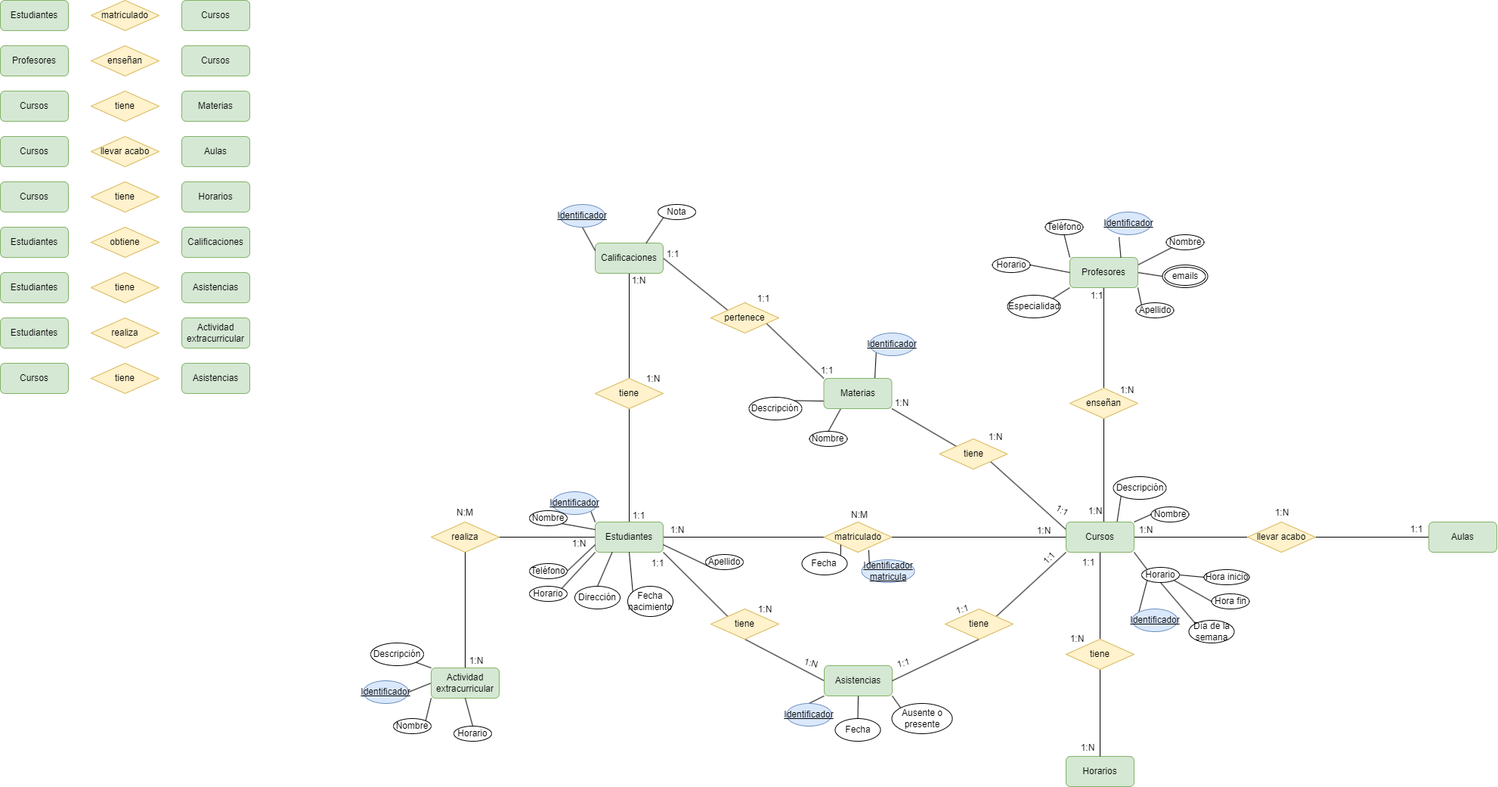
LuisMGlez/base-datos keeps this draw.io diagram as Unidad-1/Tareas/Tareas-evaluables/Tarea-evaluable-1/Ejercicio-evaluable-1.drawio.png. Above is the earlier version. Source tidied: cells renumbered, new cells last; positions are measured from the earlier drawing's top-left corner, leaving out a move shared by most shapes.
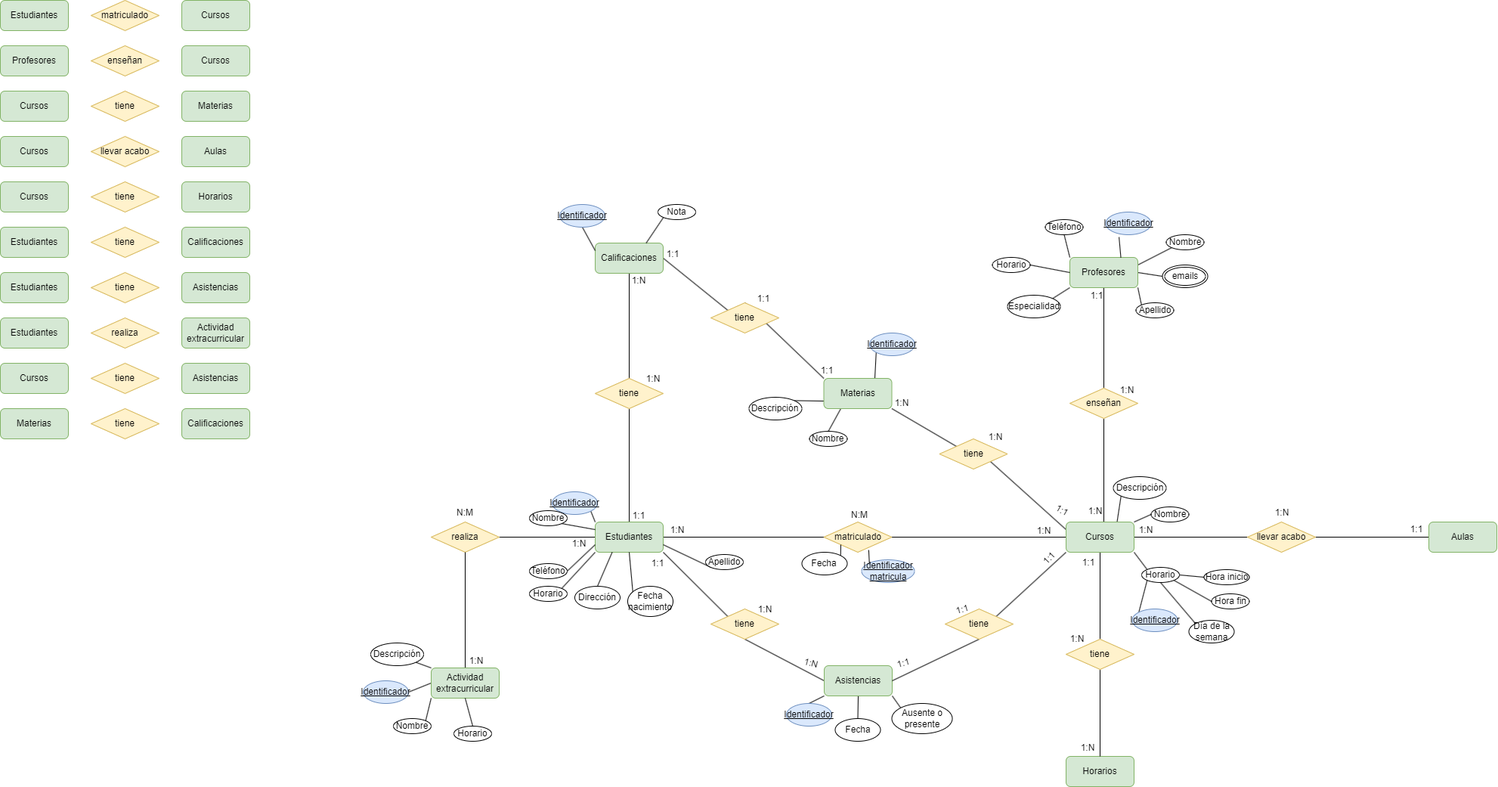
After the change.

Change to the diagram source:
```diff
@@ -59,7 +59,7 @@
     <mxCell id="20" value="Estudiantes" style="rounded=1;whiteSpace=wrap;html=1;fillColor=#d5e8d4;strokeColor=#82b366;" parent="1" vertex="1">
       <mxGeometry y="300" width="90" height="40" as="geometry" />
     </mxCell>
-    <mxCell id="21" value="obtiene" style="rhombus;whiteSpace=wrap;html=1;fillColor=#fff2cc;strokeColor=#d6b656;" parent="1" vertex="1">
+    <mxCell id="21" value="tiene" style="rhombus;whiteSpace=wrap;html=1;fillColor=#fff2cc;strokeColor=#d6b656;" parent="1" vertex="1">
       <mxGeometry x="120" y="300" width="90" height="40" as="geometry" />
     </mxCell>
     <mxCell id="22" value="Estudiantes" style="rounded=1;whiteSpace=wrap;html=1;fillColor=#d5e8d4;strokeColor=#82b366;" parent="1" vertex="1">
@@ -205,7 +205,7 @@
     <mxCell id="68" style="rounded=0;jettySize=auto;html=1;exitX=0.5;exitY=0;exitDx=0;exitDy=0;endArrow=none;endFill=0;entryX=0;entryY=0;entryDx=0;entryDy=0;" parent="1" edge="1" source="69" target="102">
       <mxGeometry relative="1" as="geometry" />
     </mxCell>
-    <mxCell id="69" value="pertenece" style="rhombus;whiteSpace=wrap;html=1;fillColor=#fff2cc;strokeColor=#d6b656;" parent="1" vertex="1">
+    <mxCell id="69" value="tiene" style="rhombus;whiteSpace=wrap;html=1;fillColor=#fff2cc;strokeColor=#d6b656;" parent="1" vertex="1">
       <mxGeometry x="940" y="400" width="90" height="40" as="geometry" />
     </mxCell>
     <mxCell id="70" value="realiza" style="rhombus;whiteSpace=wrap;html=1;fillColor=#fff2cc;strokeColor=#d6b656;" parent="1" vertex="1">
@@ -502,5 +502,14 @@
     <mxCell id="167" value="1:N" style="text;strokeColor=none;align=center;fillColor=none;html=1;verticalAlign=middle;whiteSpace=wrap;rounded=0;" parent="1" vertex="1">
       <mxGeometry x="736" y="704" width="60" height="30" as="geometry" />
     </mxCell>
+    <mxCell id="168" value="Materias" style="rounded=1;whiteSpace=wrap;html=1;fillColor=#d5e8d4;strokeColor=#82b366;" parent="1" vertex="1">
+      <mxGeometry y="540" width="90" height="40" as="geometry" />
+    </mxCell>
+    <mxCell id="169" value="tiene" style="rhombus;whiteSpace=wrap;html=1;fillColor=#fff2cc;strokeColor=#d6b656;" parent="1" vertex="1">
+      <mxGeometry x="120" y="540" width="90" height="40" as="geometry" />
+    </mxCell>
+    <mxCell id="170" value="Calificaciones" style="rounded=1;whiteSpace=wrap;html=1;fillColor=#d5e8d4;strokeColor=#82b366;" parent="1" vertex="1">
+      <mxGeometry x="240" y="540" width="90" height="40" as="geometry" />
+    </mxCell>
   </root>
 </mxGraphModel>
```
